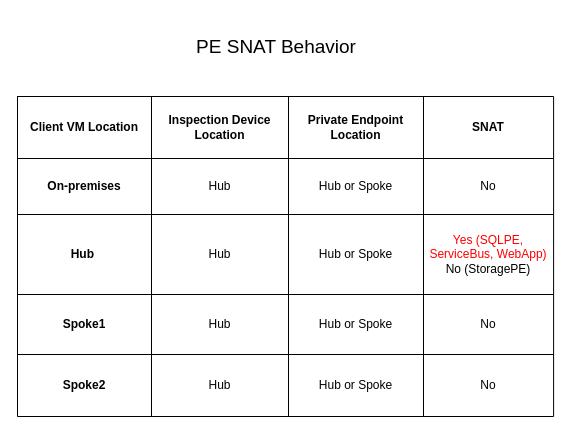
dmauser/azure-dns-private-resolver keeps this draw.io diagram as page "SNAT-Requirement" (3 of 3) of adr-fw-lab/opnconfig/opnscenario.drawio. Above is the earlier version. Source tidied: cells renumbered, new cells numbered last; positions are measured from the earlier drawing's top-left corner, leaving out a move shared by most shapes. Both pictures are drawn from the tidied source at 100%, with x=0, y=0 at pixel (17, 17).
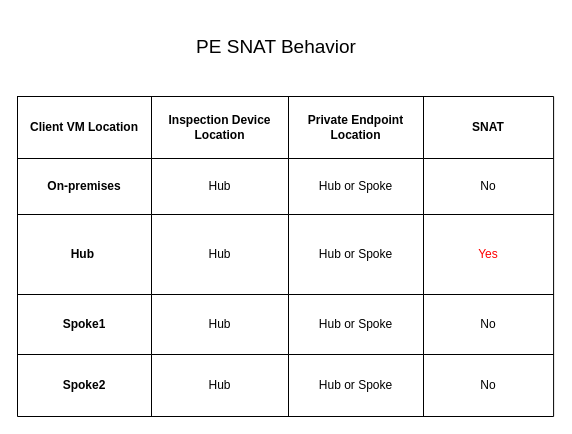
The same page after the edit.

The change refers to these unchanged cells:
```xml
<mxCell id="13" style="shape=tableRow;horizontal=0;startSize=0;swimlaneHead=0;swimlaneBody=0;top=0;left=0;bottom=0;right=0;fillColor=none;dashed=1;dashPattern=8 8;strokeColor=default;fontSize=12;" parent="2" vertex="1">
  <mxGeometry y="118" width="536.1" height="80" as="geometry" />
</mxCell>
```

Diff of the diagram source:
```diff
@@
-    <mxCell id="17" value="&lt;font color=&quot;#ff0000&quot; style=&quot;font-size: 12px;&quot;&gt;Yes (SQLPE, ServiceBus, WebApp)&lt;br&gt;&lt;/font&gt;No (StoragePE)" style="shape=partialRectangle;html=1;whiteSpace=wrap;overflow=hidden;fillColor=none;top=0;left=0;bottom=0;right=0;dashed=1;dashPattern=8 8;strokeColor=default;fontSize=12;" parent="13" vertex="1">
+    <mxCell id="17" value="&lt;font color=&quot;#ff0000&quot;&gt;Yes&lt;/font&gt;" style="shape=partialRectangle;html=1;whiteSpace=wrap;overflow=hidden;fillColor=none;top=0;left=0;bottom=0;right=0;dashed=1;dashPattern=8 8;strokeColor=default;fontSize=12;" parent="13" vertex="1">
       <mxGeometry x="406" width="130" height="80" as="geometry" />
     </mxCell>
```
